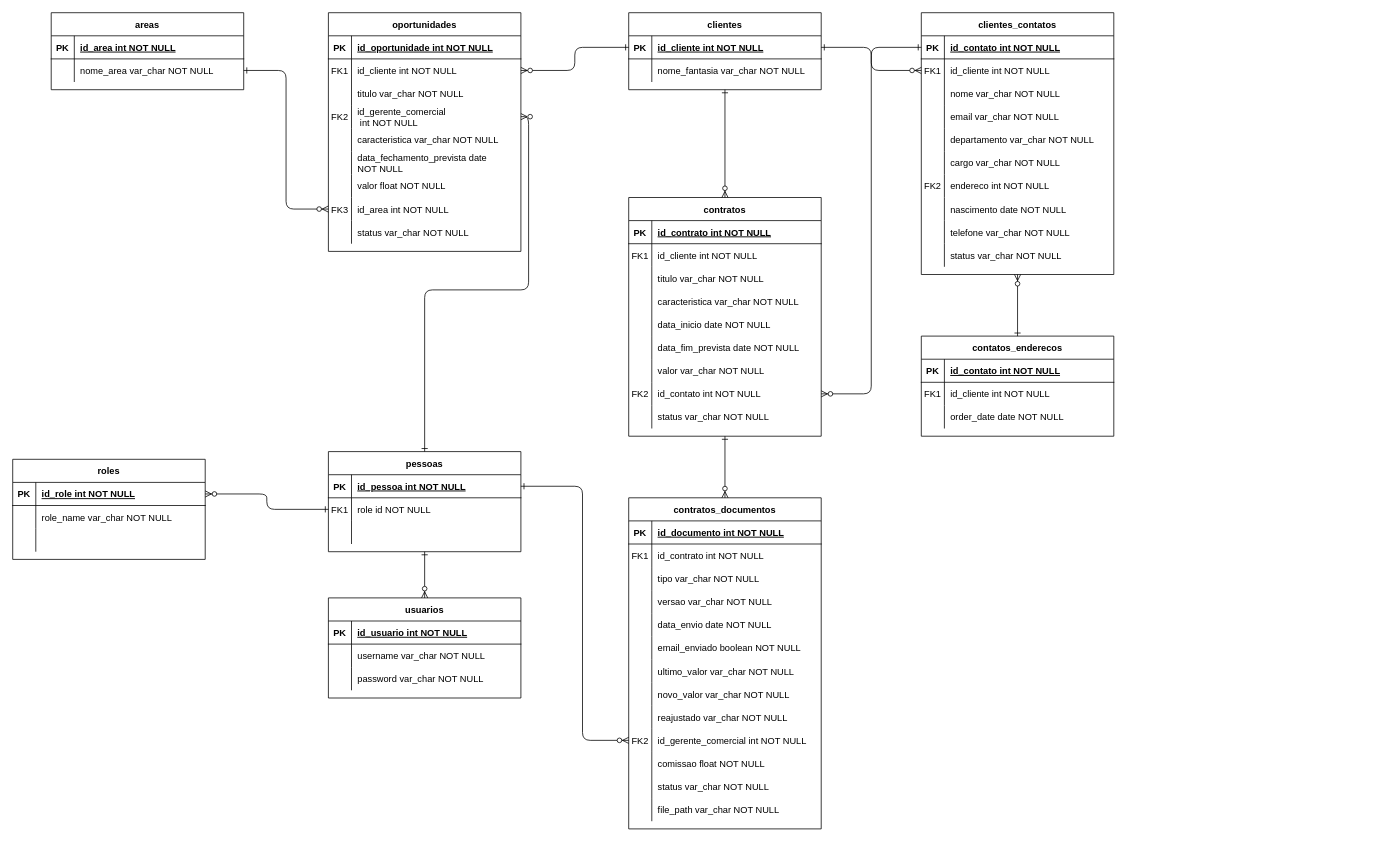
Before: docs/diagrams/modulo-comercial.drawio in rgr-tecnologia/crm-api, a draw.io diagram. Source tidied: cells renumbered, new cells numbered last; positions are measured from the earlier drawing's top-left corner, leaving out a move shared by most shapes. Both pictures are drawn from the tidied source at 77%, with x=0, y=0 at pixel (12, 12).
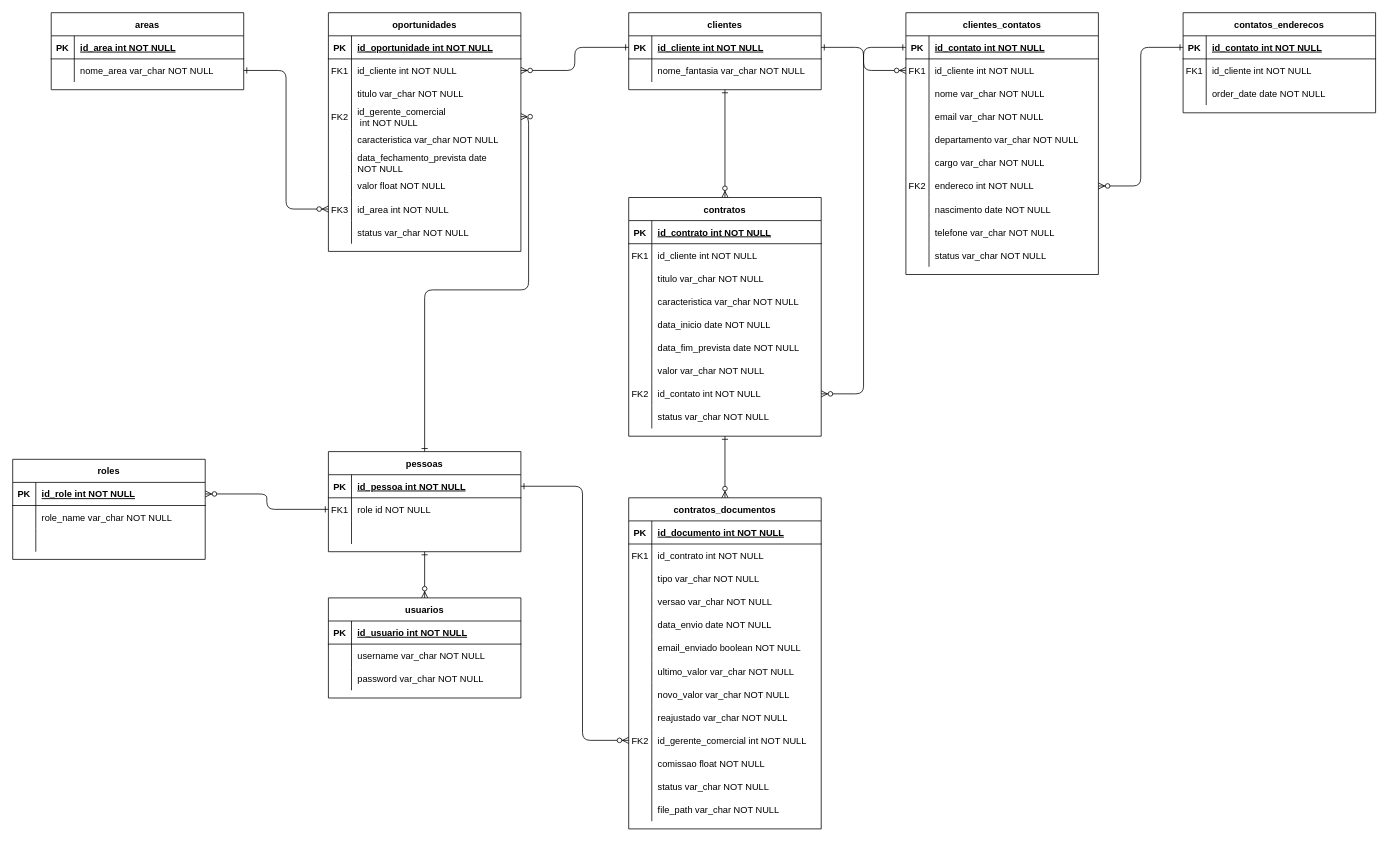
After the change.

Unchanged cells that the change refers to:
```xml
<mxCell id="22" style="shape=partialRectangle;fillColor=none;points=[[0,0.5],[1,0.5]];portConstraint=eastwest;top=0;left=0;right=0;bottom=0;" parent="3" vertex="1">
  <mxGeometry y="210" width="250" height="30" as="geometry" />
</mxCell>
<mxCell id="71" style="shape=partialRectangle;fillColor=none;points=[[0,0.5],[1,0.5]];portConstraint=eastwest;top=0;left=0;right=0;bottom=1;" parent="70" vertex="1">
  <mxGeometry y="30" width="250" height="30" as="geometry" />
</mxCell>
```

What changed in the source:
```diff
@@
     <mxCell id="3" value="clientes_contatos" style="shape=table;startSize=30;childLayout=tableLayout;rowLines=0;fontStyle=1;align=center;" parent="1" vertex="1">
-      <mxGeometry x="1180" width="250" height="340" as="geometry" />
+      <mxGeometry x="1160" width="250" height="340" as="geometry" />
     </mxCell>
@@
     <mxCell id="70" value="contatos_enderecos" style="shape=table;startSize=30;childLayout=tableLayout;rowLines=0;fontStyle=1;align=center;" parent="1" vertex="1">
-      <mxGeometry x="1180" y="420" width="250" height="130" as="geometry" />
+      <mxGeometry x="1520" width="250" height="130" as="geometry" />
     </mxCell>
@@
-    <mxCell id="80" style="endArrow=ERzeroToMany;startArrow=ERone;endFill=1;startFill=0;entryX=0.5;entryY=1;entryDx=0;entryDy=0;rounded=1;edgeStyle=orthogonalEdgeStyle;exitX=0.5;exitY=0;exitDx=0;exitDy=0;" parent="1" edge="1" source="70" target="3">
+    <mxCell id="80" style="endArrow=ERzeroToMany;startArrow=ERone;endFill=1;startFill=0;entryX=1;entryY=0.5;entryDx=0;entryDy=0;rounded=1;edgeStyle=orthogonalEdgeStyle;exitX=0;exitY=0.5;exitDx=0;exitDy=0;" parent="1" edge="1" source="71" target="22">
       <mxGeometry relative="1" as="geometry" />
     </mxCell>
```
